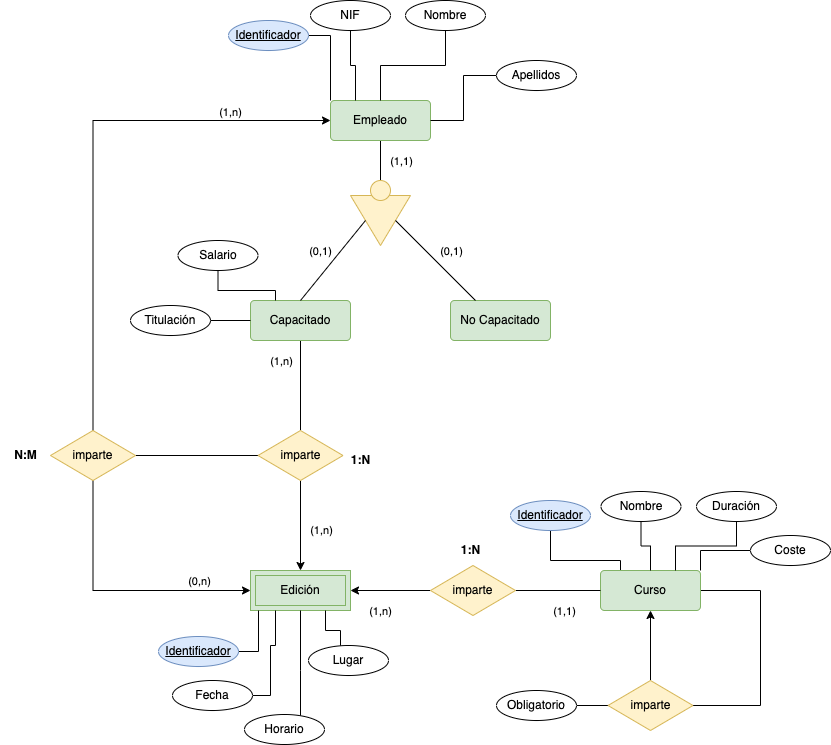
Above: MR/repaso/repaso1/img/empleado-curso.drawio.png in MoisesALH/base-datos (draw.io), before the change. Source tidied: cells renumbered, new cells last; positions are measured from the earlier drawing's top-left corner, leaving out a move shared by most shapes.
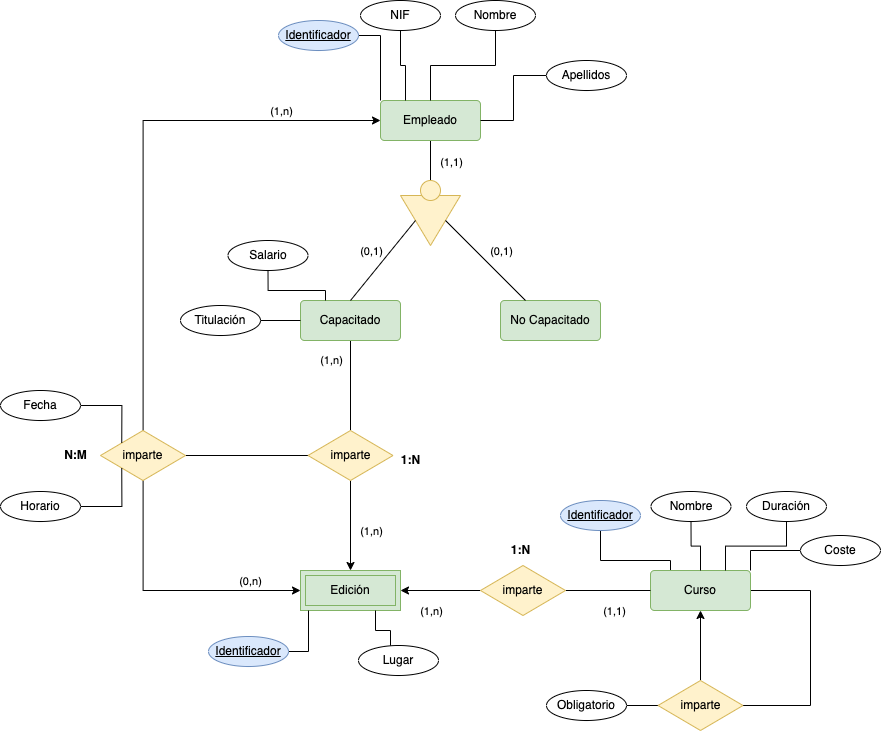
The same diagram one commit later.

Change to the diagram source:
```diff
@@ -115,16 +115,15 @@
     <mxCell id="30" value="&lt;u&gt;Identificador&lt;/u&gt;" style="ellipse;whiteSpace=wrap;html=1;align=center;fillColor=#dae8fc;strokeColor=#6c8ebf;" parent="1" vertex="1">
       <mxGeometry x="158" y="636" width="80" height="30" as="geometry" />
     </mxCell>
-    <mxCell id="31" style="edgeStyle=orthogonalEdgeStyle;rounded=0;jettySize=auto;html=1;entryX=0.25;entryY=1;entryDx=0;entryDy=0;endArrow=none;endFill=0;" parent="1" edge="1" source="32" target="26">
+    <mxCell id="31" style="edgeStyle=orthogonalEdgeStyle;rounded=0;jettySize=auto;html=1;entryX=0;entryY=0;entryDx=0;entryDy=0;endArrow=none;endFill=0;" parent="1" edge="1" source="32" target="23">
       <mxGeometry relative="1" as="geometry">
         <Array as="points">
-          <mxPoint x="270" y="645" />
-          <mxPoint x="275" y="645" />
+          <mxPoint x="71" y="405" />
         </Array>
       </mxGeometry>
     </mxCell>
     <mxCell id="32" value="Fecha" style="ellipse;whiteSpace=wrap;html=1;align=center;" parent="1" vertex="1">
-      <mxGeometry x="172" y="680" width="80" height="30" as="geometry" />
+      <mxGeometry x="-50" y="390" width="80" height="30" as="geometry" />
     </mxCell>
     <mxCell id="33" style="edgeStyle=orthogonalEdgeStyle;rounded=0;jettySize=auto;html=1;entryX=0.75;entryY=1;entryDx=0;entryDy=0;endArrow=none;endFill=0;" parent="1" edge="1" source="34" target="26">
       <mxGeometry relative="1" as="geometry">
@@ -137,16 +136,15 @@
     <mxCell id="34" value="Lugar" style="ellipse;whiteSpace=wrap;html=1;align=center;" parent="1" vertex="1">
       <mxGeometry x="308" y="645" width="80" height="30" as="geometry" />
     </mxCell>
-    <mxCell id="35" style="edgeStyle=orthogonalEdgeStyle;rounded=0;jettySize=auto;html=1;entryX=0.5;entryY=1;entryDx=0;entryDy=0;endArrow=none;endFill=0;" parent="1" edge="1" source="36" target="26">
+    <mxCell id="35" style="edgeStyle=orthogonalEdgeStyle;rounded=0;jettySize=auto;html=1;entryX=0;entryY=1;entryDx=0;entryDy=0;endArrow=none;endFill=0;exitX=1;exitY=0.5;exitDx=0;exitDy=0;" parent="1" edge="1" source="36" target="23">
       <mxGeometry relative="1" as="geometry">
         <Array as="points">
-          <mxPoint x="300" y="670" />
-          <mxPoint x="300" y="670" />
+          <mxPoint x="71" y="506" />
         </Array>
       </mxGeometry>
     </mxCell>
     <mxCell id="36" value="Horario" style="ellipse;whiteSpace=wrap;html=1;align=center;" parent="1" vertex="1">
-      <mxGeometry x="244" y="714" width="80" height="30" as="geometry" />
+      <mxGeometry x="-50" y="491" width="80" height="30" as="geometry" />
     </mxCell>
     <mxCell id="37" style="edgeStyle=orthogonalEdgeStyle;rounded=0;jettySize=auto;html=1;entryX=1;entryY=0.5;entryDx=0;entryDy=0;endArrow=none;endFill=0;" parent="1" edge="1" source="39" target="42">
       <mxGeometry relative="1" as="geometry">
```
